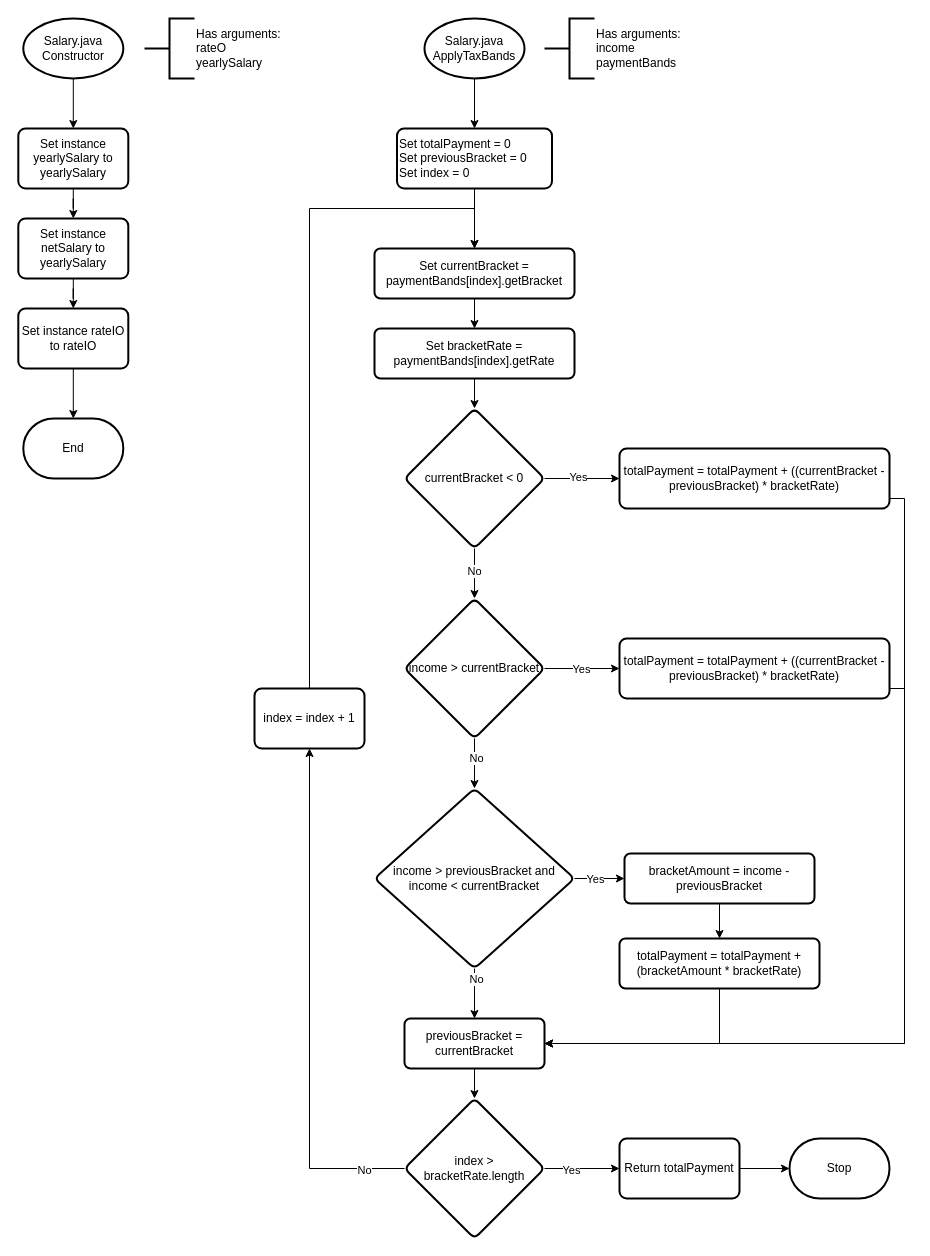
Before: report/flowcharts/designs/salary-coursework-2.drawio in Sherman5A/usw-pop-coursework-1-task-2, a draw.io diagram. Source tidied: cells renumbered, new cells numbered last; positions are measured from the earlier drawing's top-left corner, leaving out a move shared by most shapes. Both pictures are drawn from the tidied source at 100%, with x=0, y=0 at pixel (18, 18).
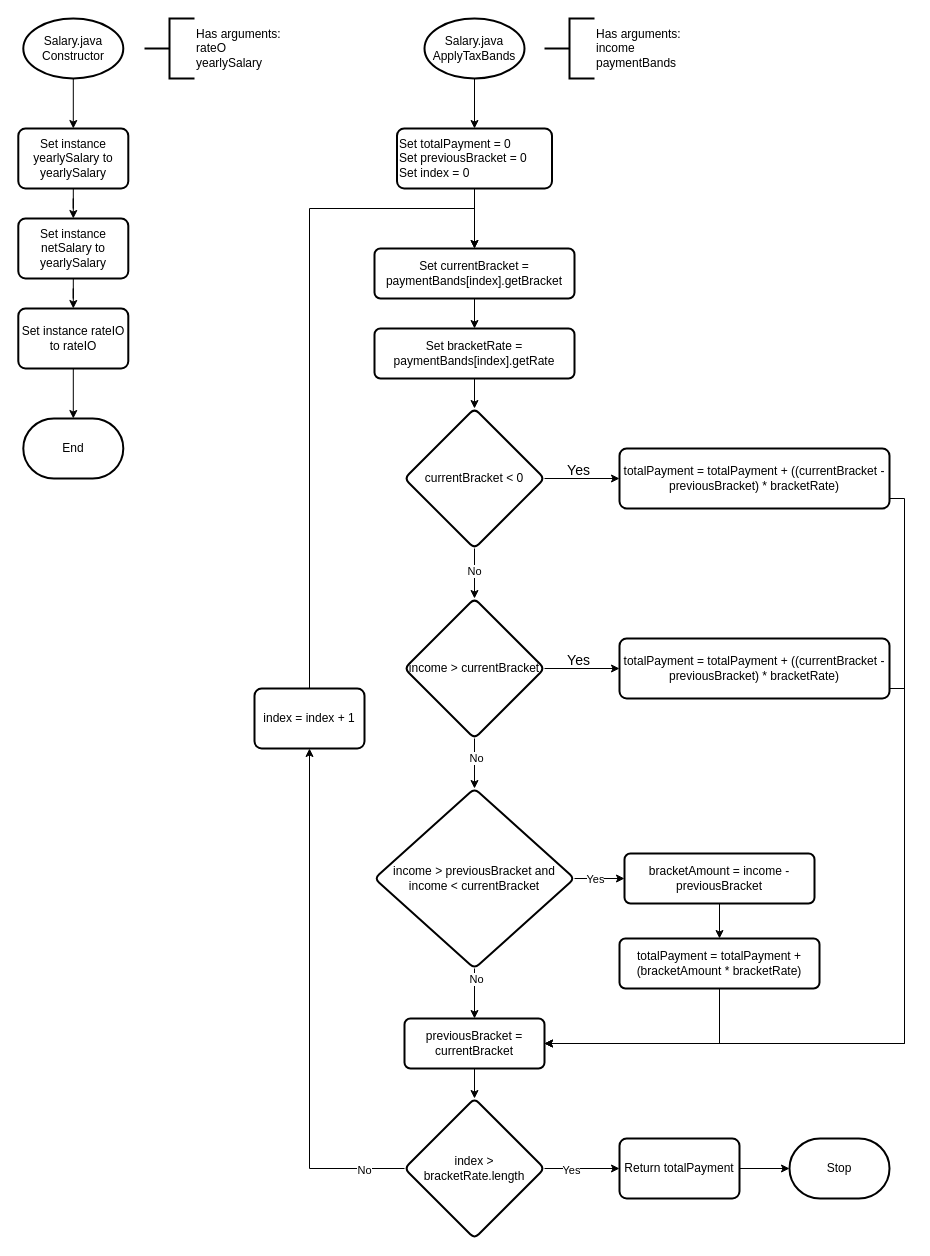
Above is the later version.

The change refers to these unchanged cells:
```xml
<mxCell id="23" style="edgeStyle=orthogonalEdgeStyle;rounded=0;jettySize=auto;html=1;entryX=0;entryY=0.5;entryDx=0;entryDy=0;" parent="1" edge="1" source="27" target="30">
  <mxGeometry relative="1" as="geometry" />
</mxCell>
<mxCell id="31" style="edgeStyle=orthogonalEdgeStyle;rounded=0;jettySize=auto;html=1;entryX=0;entryY=0.5;entryDx=0;entryDy=0;" parent="1" edge="1" source="35" target="36">
  <mxGeometry relative="1" as="geometry" />
</mxCell>
```

Diff of the diagram source:
```diff
@@
-    <mxCell id="24" value="Yes" style="edgeLabel;html=1;align=center;verticalAlign=middle;" parent="23" vertex="1">
-      <mxGeometry x="-0.13" y="2" relative="1" as="geometry" />
+    <mxCell id="24" value="&lt;font style=&quot;font-size: 14px;&quot;&gt;Yes&lt;/font&gt;" style="edgeLabel;html=1;align=center;verticalAlign=middle;labelBackgroundColor=none;fontSize=14;" parent="23" vertex="1">
+      <mxGeometry x="-0.13" y="2" relative="1" as="geometry">
+        <mxPoint y="-7" as="offset" />
+      </mxGeometry>
     </mxCell>
@@
-    <mxCell id="32" value="Yes" style="edgeLabel;html=1;align=center;verticalAlign=middle;" parent="31" vertex="1">
+    <mxCell id="32" value="Yes" style="edgeLabel;html=1;align=center;verticalAlign=middle;labelBackgroundColor=none;fontSize=14;" parent="31" vertex="1">
       <mxGeometry x="-0.03" y="-5" relative="1" as="geometry">
-        <mxPoint y="-5" as="offset" />
+        <mxPoint x="-3" y="-14" as="offset" />
       </mxGeometry>
     </mxCell>
```
